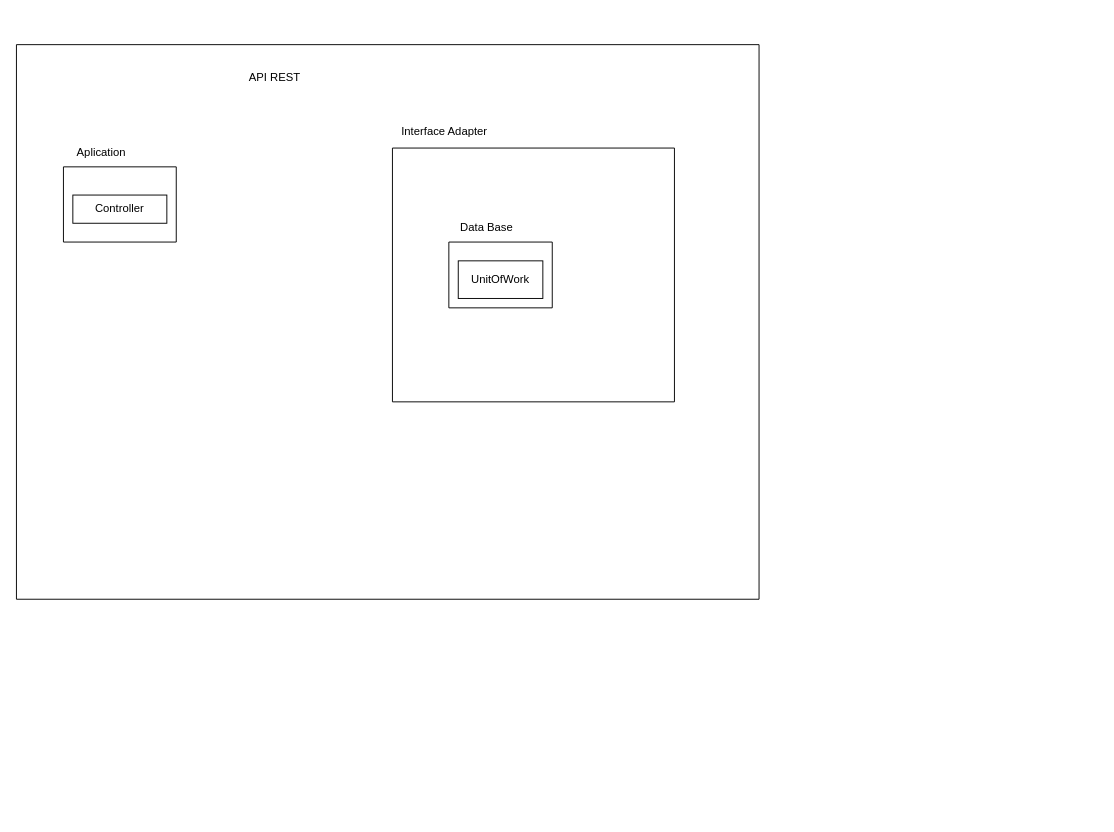
The draw.io diagram Documentacion/Arquitectura/Arquitectura.drawio in locoloquista/EstadoCuenta_Prueba, before the edit. Source tidied: cells renumbered, new cells numbered last; positions are measured from the earlier drawing's top-left corner, leaving out a move shared by most shapes. Both pictures are drawn from the tidied source at 94%, with x=0, y=0 at pixel (16, 44).
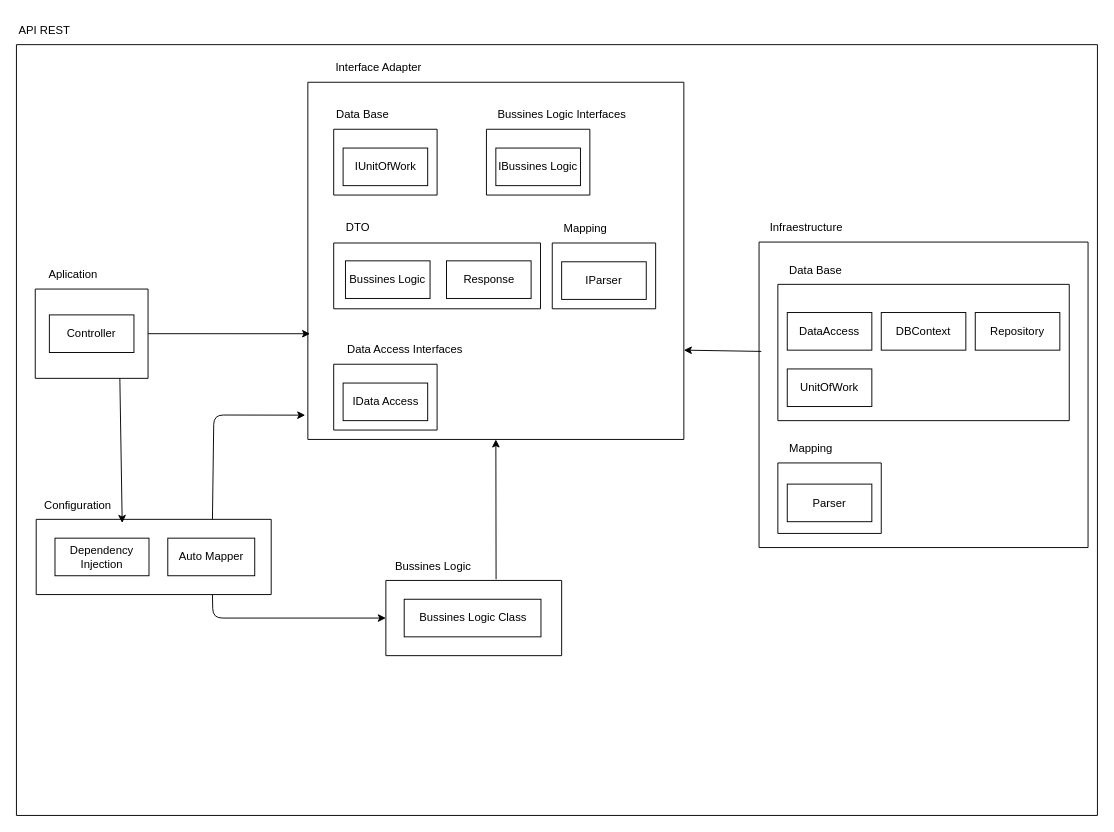
Above is the later version.

What changed in the source:
```diff
@@
     <mxCell id="2" style="swimlane;startSize=0;" parent="1" vertex="1">
-      <mxGeometry width="790" height="590" as="geometry" />
+      <mxGeometry width="1150" height="820" as="geometry" />
     </mxCell>
-    <mxCell id="3" value="API REST" style="text;html=1;align=center;verticalAlign=middle;whiteSpace=wrap;rounded=0;" parent="2" vertex="1">
-      <mxGeometry x="245" y="20" width="60" height="30" as="geometry" />
-    </mxCell>
+    <mxCell id="12" style="edgeStyle=none;html=1;exitX=1;exitY=0.5;exitDx=0;exitDy=0;entryX=0.006;entryY=0.704;entryDx=0;entryDy=0;entryPerimeter=0;" parent="2" edge="1" source="4" target="8">
+      <mxGeometry relative="1" as="geometry" />
+    </mxCell>
     <mxCell id="4" style="swimlane;startSize=0;" parent="2" vertex="1">
-      <mxGeometry x="50" y="130" width="120" height="80" as="geometry" />
+      <mxGeometry x="20" y="260" width="120" height="95" as="geometry" />
     </mxCell>
     <mxCell id="5" value="Controller" style="whiteSpace=wrap;html=1;" parent="4" vertex="1">
-      <mxGeometry x="10" y="30" width="100" height="30" as="geometry" />
+      <mxGeometry x="15" y="27.5" width="90" height="40" as="geometry" />
     </mxCell>
     <mxCell id="6" value="Aplication" style="text;html=1;align=center;verticalAlign=middle;strokeColor=none;fillColor=none;" parent="2" vertex="1">
-      <mxGeometry x="50" y="100" width="80" height="30" as="geometry" />
+      <mxGeometry x="20" y="230" width="80" height="30" as="geometry" />
     </mxCell>
     <mxCell id="7" value="Interface Adapter" style="text;html=1;align=center;verticalAlign=middle;strokeColor=none;fillColor=none;" parent="2" vertex="1">
-      <mxGeometry x="400" y="78" width="110" height="30" as="geometry" />
+      <mxGeometry x="330" y="10" width="110" height="30" as="geometry" />
     </mxCell>
-    <mxCell id="8" style="swimlane;startSize=0;" parent="1" vertex="1">
-      <mxGeometry x="400" y="110" width="300" height="270" as="geometry" />
+    <mxCell id="8" style="swimlane;startSize=0;" parent="2" vertex="1">
+      <mxGeometry x="310" y="40" width="400" height="380" as="geometry" />
     </mxCell>
     <mxCell id="9" style="swimlane;startSize=0;" parent="8" vertex="1">
-      <mxGeometry x="60" y="100" width="110" height="70" as="geometry" />
+      <mxGeometry x="27.5" y="50" width="110" height="70" as="geometry" />
     </mxCell>
-    <mxCell id="10" value="UnitOfWork" style="whiteSpace=wrap;html=1;" parent="9" vertex="1">
+    <mxCell id="10" value="IUnitOfWork" style="whiteSpace=wrap;html=1;" parent="9" vertex="1">
       <mxGeometry x="10" y="20" width="90" height="40" as="geometry" />
     </mxCell>
     <mxCell id="11" value="Data Base" style="text;html=1;align=center;verticalAlign=middle;strokeColor=none;fillColor=none;" parent="8" vertex="1">
-      <mxGeometry x="60" y="70" width="80" height="30" as="geometry" />
+      <mxGeometry x="17.5" y="20" width="80" height="30" as="geometry" />
     </mxCell>
+    <mxCell id="13" style="swimlane;startSize=0;" parent="8" vertex="1">
+      <mxGeometry x="260" y="171" width="110" height="70" as="geometry" />
+    </mxCell>
+    <mxCell id="14" value="IParser" style="whiteSpace=wrap;html=1;" parent="13" vertex="1">
+      <mxGeometry x="10" y="20" width="90" height="40" as="geometry" />
+    </mxCell>
+    <mxCell id="15" value="Mapping" style="text;html=1;align=center;verticalAlign=middle;strokeColor=none;fillColor=none;" parent="8" vertex="1">
+      <mxGeometry x="260" y="141" width="70" height="30" as="geometry" />
+    </mxCell>
+    <mxCell id="16" style="swimlane;startSize=0;" parent="8" vertex="1">
+      <mxGeometry x="27.5" y="171" width="220" height="70" as="geometry" />
+    </mxCell>
+    <mxCell id="17" value="Response" style="whiteSpace=wrap;html=1;" parent="16" vertex="1">
+      <mxGeometry x="120" y="19" width="90" height="40" as="geometry" />
+    </mxCell>
+    <mxCell id="18" value="Bussines Logic" style="whiteSpace=wrap;html=1;" parent="16" vertex="1">
+      <mxGeometry x="12.5" y="19" width="90" height="40" as="geometry" />
+    </mxCell>
+    <mxCell id="19" value="DTO" style="text;html=1;align=center;verticalAlign=middle;strokeColor=none;fillColor=none;" parent="8" vertex="1">
+      <mxGeometry x="27.5" y="140" width="50" height="30" as="geometry" />
+    </mxCell>
+    <mxCell id="20" style="swimlane;startSize=0;" parent="8" vertex="1">
+      <mxGeometry x="190" y="50" width="110" height="70" as="geometry" />
+    </mxCell>
+    <mxCell id="21" value="IBussines Logic" style="whiteSpace=wrap;html=1;" parent="20" vertex="1">
+      <mxGeometry x="10" y="20" width="90" height="40" as="geometry" />
+    </mxCell>
+    <mxCell id="22" value="Bussines Logic Interfaces" style="text;html=1;align=center;verticalAlign=middle;strokeColor=none;fillColor=none;" parent="8" vertex="1">
+      <mxGeometry x="190" y="20" width="160" height="30" as="geometry" />
+    </mxCell>
+    <mxCell id="23" style="swimlane;startSize=0;" parent="8" vertex="1">
+      <mxGeometry x="27.5" y="300" width="110" height="70" as="geometry" />
+    </mxCell>
+    <mxCell id="24" value="IData Access" style="whiteSpace=wrap;html=1;" parent="23" vertex="1">
+      <mxGeometry x="10" y="20" width="90" height="40" as="geometry" />
+    </mxCell>
+    <mxCell id="25" value="Data Access Interfaces" style="text;html=1;align=center;verticalAlign=middle;strokeColor=none;fillColor=none;" parent="8" vertex="1">
+      <mxGeometry x="27.5" y="270" width="150" height="30" as="geometry" />
+    </mxCell>
+    <mxCell id="26" style="edgeStyle=none;html=1;entryX=1;entryY=0.75;entryDx=0;entryDy=0;exitX=0.007;exitY=0.358;exitDx=0;exitDy=0;exitPerimeter=0;" parent="2" edge="1" source="27" target="8">
+      <mxGeometry relative="1" as="geometry" />
+    </mxCell>
+    <mxCell id="27" style="swimlane;startSize=0;" parent="2" vertex="1">
+      <mxGeometry x="790" y="210" width="350" height="325" as="geometry" />
+    </mxCell>
+    <mxCell id="28" style="swimlane;startSize=0;" parent="27" vertex="1">
+      <mxGeometry x="20" y="45" width="310" height="145" as="geometry" />
+    </mxCell>
+    <mxCell id="29" value="DBContext" style="whiteSpace=wrap;html=1;" parent="28" vertex="1">
+      <mxGeometry x="110" y="30" width="90" height="40" as="geometry" />
+    </mxCell>
+    <mxCell id="30" value="Repository" style="whiteSpace=wrap;html=1;" parent="28" vertex="1">
+      <mxGeometry x="210" y="30" width="90" height="40" as="geometry" />
+    </mxCell>
+    <mxCell id="31" value="DataAccess" style="whiteSpace=wrap;html=1;" parent="28" vertex="1">
+      <mxGeometry x="10" y="30" width="90" height="40" as="geometry" />
+    </mxCell>
+    <mxCell id="32" value="UnitOfWork" style="whiteSpace=wrap;html=1;" parent="28" vertex="1">
+      <mxGeometry x="10" y="90" width="90" height="40" as="geometry" />
+    </mxCell>
+    <mxCell id="33" value="Data Base" style="text;html=1;align=center;verticalAlign=middle;strokeColor=none;fillColor=none;" parent="27" vertex="1">
+      <mxGeometry x="20" y="15" width="80" height="30" as="geometry" />
+    </mxCell>
+    <mxCell id="34" style="swimlane;startSize=0;" parent="27" vertex="1">
+      <mxGeometry x="20" y="235" width="110" height="75" as="geometry" />
+    </mxCell>
+    <mxCell id="35" value="Parser" style="whiteSpace=wrap;html=1;" parent="34" vertex="1">
+      <mxGeometry x="10" y="22.5" width="90" height="40" as="geometry" />
+    </mxCell>
+    <mxCell id="36" value="Mapping" style="text;html=1;align=center;verticalAlign=middle;strokeColor=none;fillColor=none;" parent="27" vertex="1">
+      <mxGeometry x="20" y="205" width="70" height="30" as="geometry" />
+    </mxCell>
+    <mxCell id="37" value="Infraestructure" style="text;html=1;align=center;verticalAlign=middle;strokeColor=none;fillColor=none;" parent="2" vertex="1">
+      <mxGeometry x="790" y="180" width="100" height="30" as="geometry" />
+    </mxCell>
+    <mxCell id="38" style="edgeStyle=none;html=1;entryX=0.5;entryY=1;entryDx=0;entryDy=0;exitX=0.627;exitY=-0.015;exitDx=0;exitDy=0;exitPerimeter=0;" parent="2" edge="1" source="39" target="8">
+      <mxGeometry relative="1" as="geometry" />
+    </mxCell>
+    <mxCell id="39" style="swimlane;startSize=0;" parent="2" vertex="1">
+      <mxGeometry x="393" y="570" width="187" height="80" as="geometry" />
+    </mxCell>
+    <mxCell id="40" value="Bussines Logic Class" style="whiteSpace=wrap;html=1;" parent="39" vertex="1">
+      <mxGeometry x="19.5" y="20" width="145.5" height="40" as="geometry" />
+    </mxCell>
+    <mxCell id="41" value="Configuration" style="text;html=1;align=center;verticalAlign=middle;strokeColor=none;fillColor=none;" parent="2" vertex="1">
+      <mxGeometry x="20" y="475" width="90" height="30" as="geometry" />
+    </mxCell>
+    <mxCell id="42" value="Bussines Logic" style="text;html=1;align=center;verticalAlign=middle;strokeColor=none;fillColor=none;" parent="2" vertex="1">
+      <mxGeometry x="393" y="540" width="100" height="30" as="geometry" />
+    </mxCell>
+    <mxCell id="3" value="API REST" style="text;html=1;align=center;verticalAlign=middle;whiteSpace=wrap;rounded=0;" parent="1" vertex="1">
+      <mxGeometry y="-30" width="60" height="30" as="geometry" />
+    </mxCell>
+    <mxCell id="43" style="edgeStyle=none;html=1;exitX=0.75;exitY=1;exitDx=0;exitDy=0;entryX=0;entryY=0.5;entryDx=0;entryDy=0;" parent="1" edge="1" source="45" target="39">
+      <mxGeometry relative="1" as="geometry">
+        <Array as="points">
+          <mxPoint x="209" y="610" />
+        </Array>
+      </mxGeometry>
+    </mxCell>
+    <mxCell id="44" style="edgeStyle=none;html=1;exitX=0.75;exitY=0;exitDx=0;exitDy=0;entryX=-0.007;entryY=0.932;entryDx=0;entryDy=0;entryPerimeter=0;" parent="1" edge="1" source="45" target="8">
+      <mxGeometry relative="1" as="geometry">
+        <Array as="points">
+          <mxPoint x="210" y="394" />
+        </Array>
+      </mxGeometry>
+    </mxCell>
+    <mxCell id="45" style="swimlane;startSize=0;" parent="1" vertex="1">
+      <mxGeometry x="21" y="505" width="250" height="80" as="geometry" />
+    </mxCell>
+    <mxCell id="46" value="Auto Mapper" style="whiteSpace=wrap;html=1;" parent="45" vertex="1">
+      <mxGeometry x="140" y="20" width="92.5" height="40" as="geometry" />
+    </mxCell>
+    <mxCell id="47" value="Dependency&lt;div&gt;Injection&lt;/div&gt;" style="whiteSpace=wrap;html=1;" parent="45" vertex="1">
+      <mxGeometry x="20" y="20" width="100" height="40" as="geometry" />
+    </mxCell>
+    <mxCell id="48" style="edgeStyle=none;html=1;exitX=0.75;exitY=1;exitDx=0;exitDy=0;entryX=0.366;entryY=0.048;entryDx=0;entryDy=0;entryPerimeter=0;" parent="1" edge="1" source="4" target="45">
+      <mxGeometry relative="1" as="geometry" />
+    </mxCell>
```
